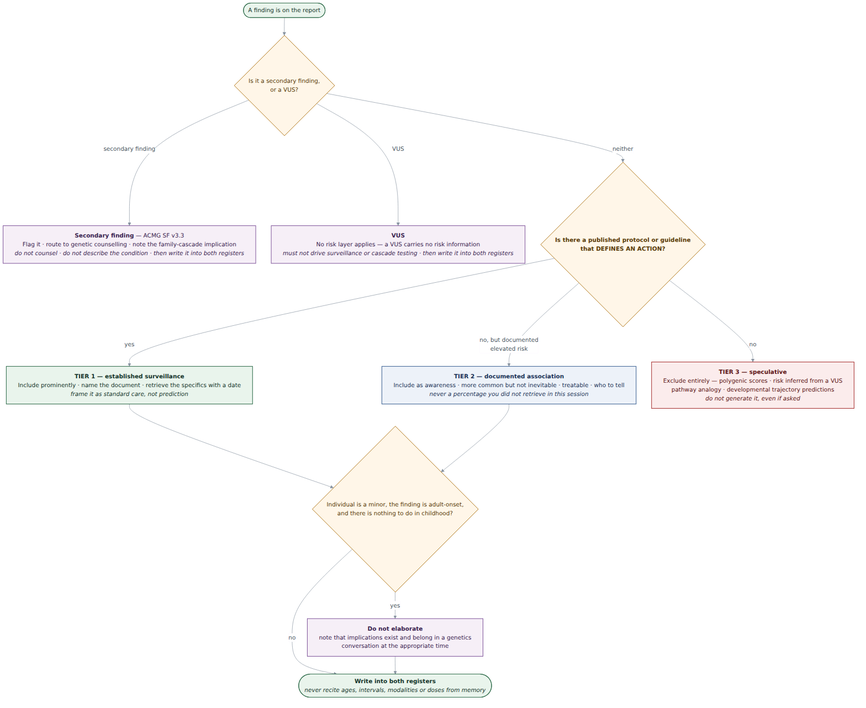
Above: docs/risk_layer.png in Domikohlh/autism_gtc_agent_skill (Mermaid), before the change. Its source is kept beside it as docs/risk_layer.mmd.
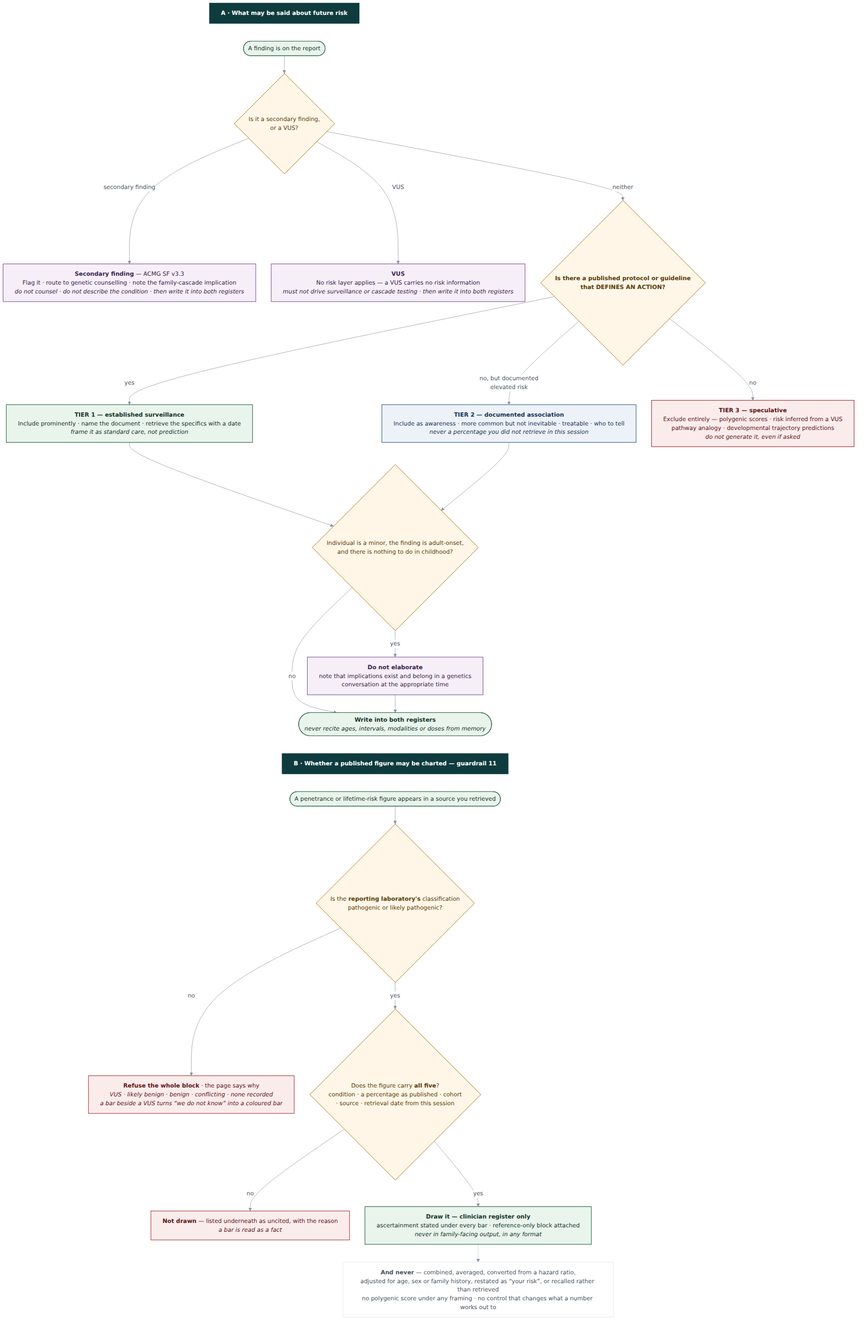
The same file after the commit.

The edit, as a diff of the source:
```diff
@@ -1,5 +1,7 @@
 %%{init: {"theme":"base","themeVariables":{"fontFamily":"DejaVu Sans","fontSize":"15px","lineColor":"#8894A1","primaryTextColor":"#1F2933"},"flowchart":{"curve":"basis","nodeSpacing":40,"rankSpacing":46,"wrappingWidth":640,"htmlLabels":true}} }%%
 flowchart TD
+
+  HA["<b>A · What may be said about future risk</b>"]
 
   F(["A finding is on the report"])
 
@@ -27,16 +29,41 @@
   G -- "neither" --> Q
   G -- "secondary finding" --> SF
   G -- "VUS" --> VU
-
   Q -- "yes" --> T1
   Q -- "no, but documented<br/>elevated risk" --> T2
   Q -- "no" --> T3
-
   T1 --> M
   T2 --> M
   M -- "yes" --> DNE
   M -- "no" --> W
   DNE --> W
+
+  HB["<b>B · Whether a published figure may be charted — guardrail 11</b>"]
+
+  RF(["A penetrance or lifetime-risk figure appears in a source you retrieved"])
+
+  C1{"Is the <b>reporting laboratory's</b> classification<br/>pathogenic or likely pathogenic?"}
+
+  X1["<b>Refuse the whole block</b> · the page says why<br/><i>VUS · likely benign · benign · conflicting · none recorded</i><br/><i>a bar beside a VUS turns “we do not know” into a coloured bar</i>"]
+
+  C2{"Does the figure carry <b>all five</b>?<br/>condition · a percentage as published · cohort<br/>· source · retrieval date from this session"}
+
+  X2["<b>Not drawn</b> — listed underneath as uncited, with the reason<br/><i>a bar is read as a fact</i>"]
+
+  DRAW["<b>Draw it — clinician register only</b><br/>ascertainment stated under every bar · reference-only block attached<br/><i>never in family-facing output, in any format</i>"]
+
+  NV["<b>And never</b> — combined, averaged, converted from a hazard ratio,<br/>adjusted for age, sex or family history, restated as “your risk”, or recalled rather than retrieved<br/>no polygenic score under any framing · no control that changes what a number works out to"]
+
+  RF --> C1
+  C1 -- "no" --> X1
+  C1 -- "yes" --> C2
+  C2 -- "no" --> X2
+  C2 -- "yes" --> DRAW
+  DRAW -.-> NV
+
+  HA ~~~ F
+  W ~~~ HB
+  HB ~~~ RF
 
   classDef io fill:#E9F4EC,stroke:#2E6B4A,stroke-width:1.5px,color:#14342A;
   classDef gate fill:#FFF6E8,stroke:#B0761A,stroke-width:1.4px,color:#5A3B06;
@@ -44,10 +71,17 @@
   classDef t2 fill:#EDF2F9,stroke:#3E6394,stroke-width:1.5px,color:#1B3357;
   classDef t3 fill:#FBECEC,stroke:#A83232,stroke-width:1.5px,color:#5E1414;
   classDef route fill:#F6EFF7,stroke:#7A4E96,stroke-width:1.4px,color:#3A2350;
+  classDef refuse fill:#FBECEC,stroke:#A83232,stroke-width:1.4px,color:#5E1414;
+  classDef banner fill:#0E3B3E,stroke:#0E3B3E,stroke-width:1px,color:#FFFFFF;
+  classDef never fill:#FFFFFF,stroke:#DDE3EA,stroke-width:1px,color:#4A5560;
 
-  class F,W io;
-  class G,Q,M gate;
+  class F,W,RF io;
+  class G,Q,M,C1,C2 gate;
   class T1 t1;
   class T2 t2;
   class T3 t3;
   class SF,VU,DNE route;
+  class X1,X2 refuse;
+  class DRAW t1;
+  class NV never;
+  class HA,HB banner;
```
